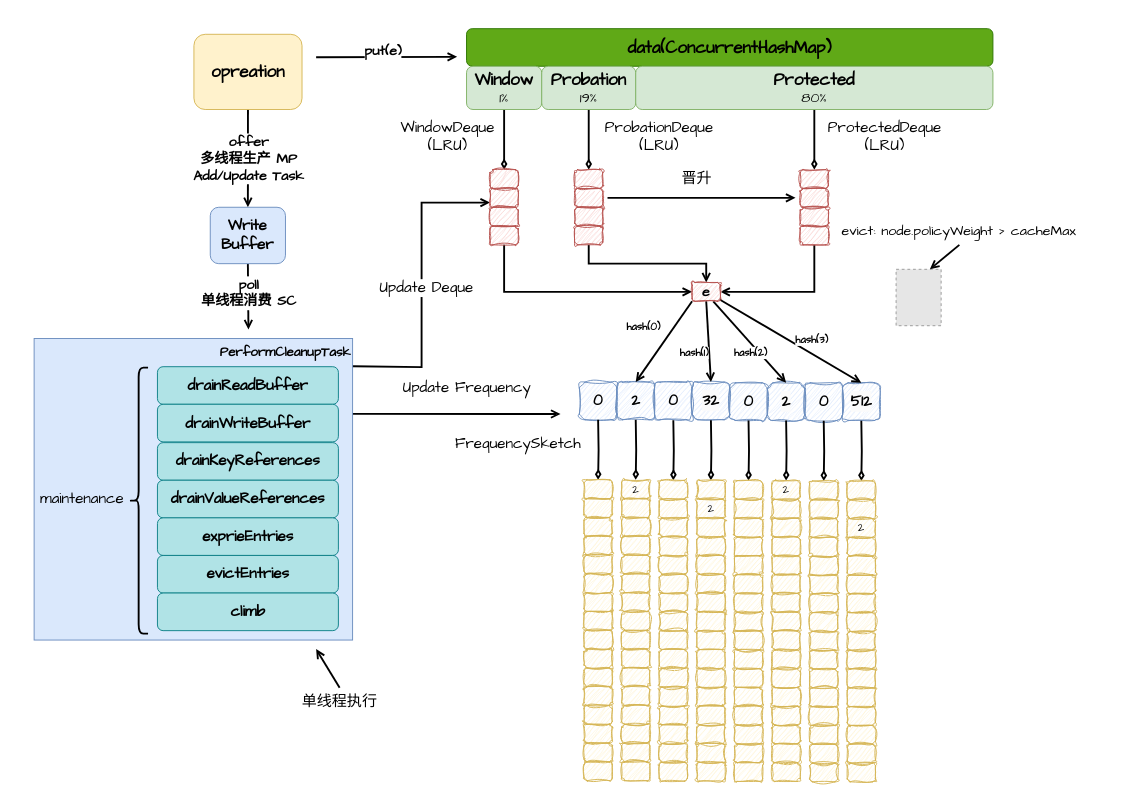
Above: page "第 2 页" (2 of 3) of src/main/resources/coffeine/caffeine.drawio in FangYuan33/how-much-do-you-know-about-cache (draw.io), before the change. Source tidied: cells renumbered, new cells numbered last; positions are measured from the earlier drawing's top-left corner, leaving out a move shared by most shapes. Both pictures are drawn from the tidied source at 94%, with x=0, y=0 at pixel (16, 16). Pictures stored in the file or linked from it are replaced by grey dashed boxes.
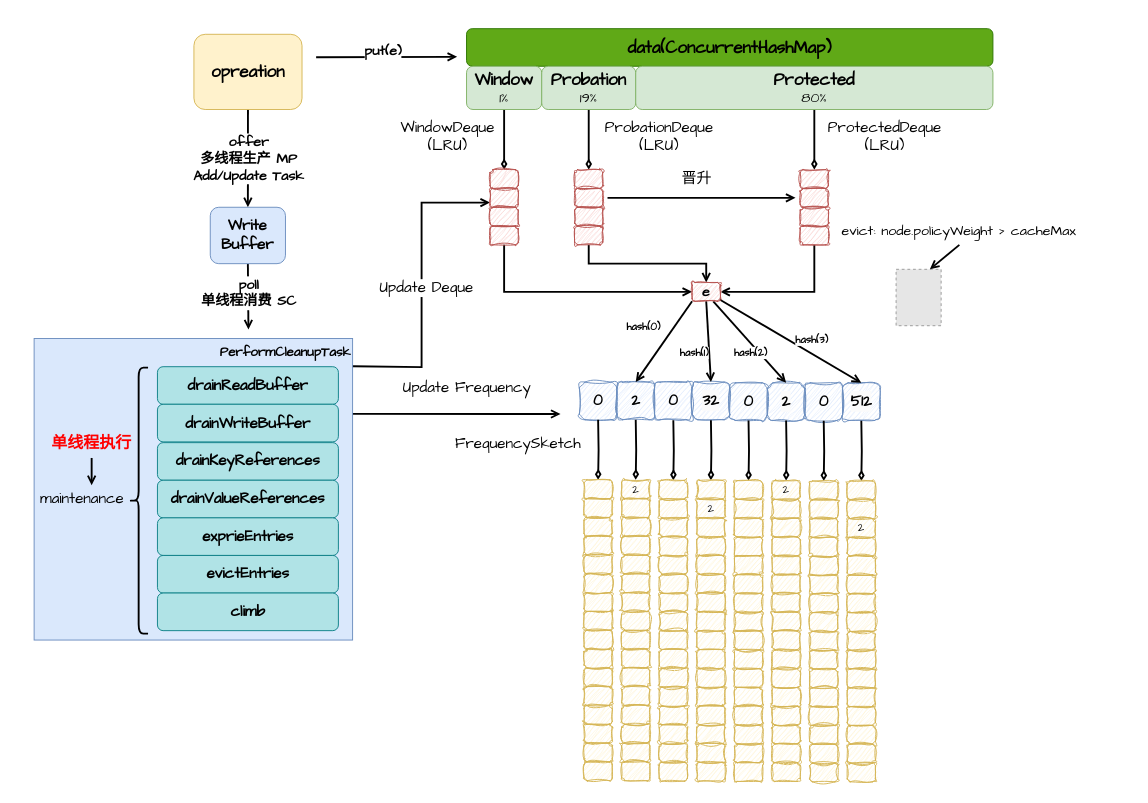
After the change.

Commit message (it also covers changes not shown here):
Caffeine: drainReadBuffer

Diff of the diagram source:
```diff
@@
-    <mxCell id="205" style="edgeStyle=none;shape=connector;rounded=0;jettySize=auto;html=1;exitX=0.5;exitY=0;exitDx=0;exitDy=0;strokeColor=default;strokeWidth=2;align=center;verticalAlign=middle;fontFamily=Helvetica;fontSize=11;fontColor=default;labelBackgroundColor=default;endArrow=open;endFill=0;" parent="1" edge="1" source="206">
-      <mxGeometry relative="1" as="geometry">
-        <mxPoint x="318.8" y="673" as="targetPoint" />
-      </mxGeometry>
-    </mxCell>
-    <mxCell id="206" value="&lt;font face=&quot;Comic Sans MS&quot; style=&quot;font-size: 16px;&quot;&gt;单线程执行&lt;/font&gt;" style="text;html=1;strokeColor=none;fillColor=none;align=center;verticalAlign=middle;whiteSpace=wrap;rounded=0;" parent="1" vertex="1">
-      <mxGeometry x="273.8" y="714.2" width="140" height="30" as="geometry" />
-    </mxCell>
@@
+    <mxCell id="211" style="edgeStyle=none;shape=connector;rounded=0;jettySize=auto;html=1;exitX=0.5;exitY=1;exitDx=0;exitDy=0;strokeColor=default;strokeWidth=2;align=center;verticalAlign=middle;fontFamily=Helvetica;fontSize=11;fontColor=default;labelBackgroundColor=default;endArrow=open;endFill=0;entryX=0.5;entryY=0;entryDx=0;entryDy=0;" parent="1" edge="1" source="206">
+      <mxGeometry relative="1" as="geometry">
+        <mxPoint x="80" y="498.8" as="targetPoint" />
+      </mxGeometry>
+    </mxCell>
+    <mxCell id="206" value="&lt;font color=&quot;#ff0000&quot; face=&quot;Comic Sans MS&quot; style=&quot;font-size: 17px;&quot;&gt;&lt;b style=&quot;&quot;&gt;单线程执行&lt;/b&gt;&lt;/font&gt;" style="text;html=1;strokeColor=none;fillColor=none;align=center;verticalAlign=middle;whiteSpace=wrap;rounded=0;" parent="1" vertex="1">
+      <mxGeometry x="10" y="439.7" width="140" height="30" as="geometry" />
+    </mxCell>
```
